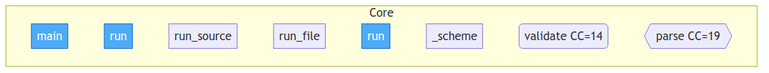
if-uri/urivision keeps this Mermaid diagram as project/flow.png. Above is the earlier version. Its source is kept beside it as project/flow.mmd.
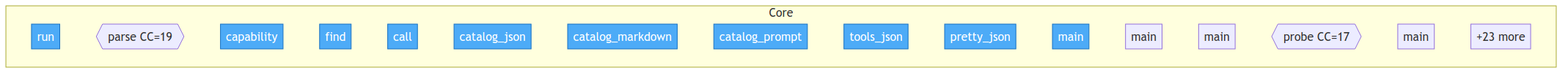
After the change.

Diff of the diagram source:
```diff
@@ -3,14 +3,22 @@
     classDef entry fill:#4dabf7,stroke:#1971c2,color:#fff
 
     subgraph Core
-        src__urivision__cli__main["main"]
         src__urivision__runner_litellm__run["run"]
-        src__urivision__run_source["run_source"]
-        src__urivision__run_file["run_file"]
-        src__urivision__run["run"]
-        src__urivision__validators___scheme["_scheme"]
-        src__urivision__validators__validate("validate CC=14")
         src__urivision__dsl__parse{{parse CC=19}}
+        src__urivision__registry__CapabilityRegistry__capability["capability"]
+        src__urivision__registry__CapabilityRegistry__find["find"]
+        src__urivision__registry__CapabilityRegistry__call["call"]
+        src__urivision__registry__CapabilityRegistry__catalog_json["catalog_json"]
+        src__urivision__registry__CapabilityRegistry__catalog_markdown["catalog_markdown"]
+        src__urivision__registry__CapabilityRegistry__catalog_prompt["catalog_prompt"]
+        src__urivision__registry__CapabilityRegistry__tools_json["tools_json"]
+        src__urivision__registry__pretty_json["pretty_json"]
+        tools__check_confidence_gate__main["main"]
+        tools__run_native_lab_matrix__main["main"]
+        tools__run_backend_matrix__main["main"]
+        tools__probe_native_host__probe{{probe CC=17}}
+        tools__probe_native_host__main["main"]
+        ...["+23 more"]
     end
 
-    class src__urivision__cli__main,src__urivision__runner_litellm__run,src__urivision__run entry
+    class src__urivision__runner_litellm__run,src__urivision__registry__CapabilityRegistry__capability,src__urivision__registry__CapabilityRegistry__find,src__urivision__registry__CapabilityRegistry__call,src__urivision__registry__CapabilityRegistry__catalog_json,src__urivision__registry__CapabilityRegistry__catalog_markdown,src__urivision__registry__CapabilityRegistry__catalog_prompt,src__urivision__registry__CapabilityRegistry__tools_json,src__urivision__registry__pretty_json,tools__check_confidence_gate__main entry
```
